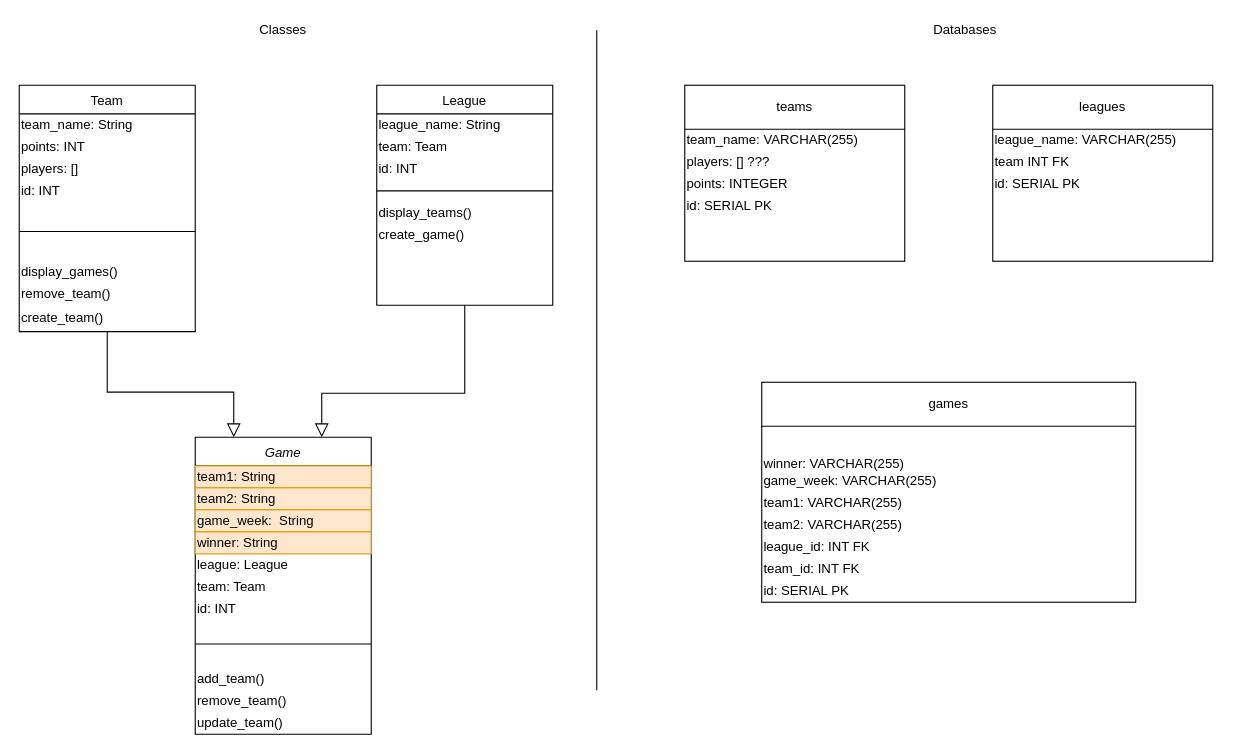
This is diagrams_and_templates/classes_databases_diagram.drawio from ckite82/solo_project_sports_score_app, a draw.io file, before an edit. Source tidied: cells renumbered, new cells numbered last; positions are measured from the earlier drawing's top-left corner, leaving out a move shared by most shapes. Both pictures are drawn from the tidied source at 110%, with x=0, y=0 at pixel (19, 19).
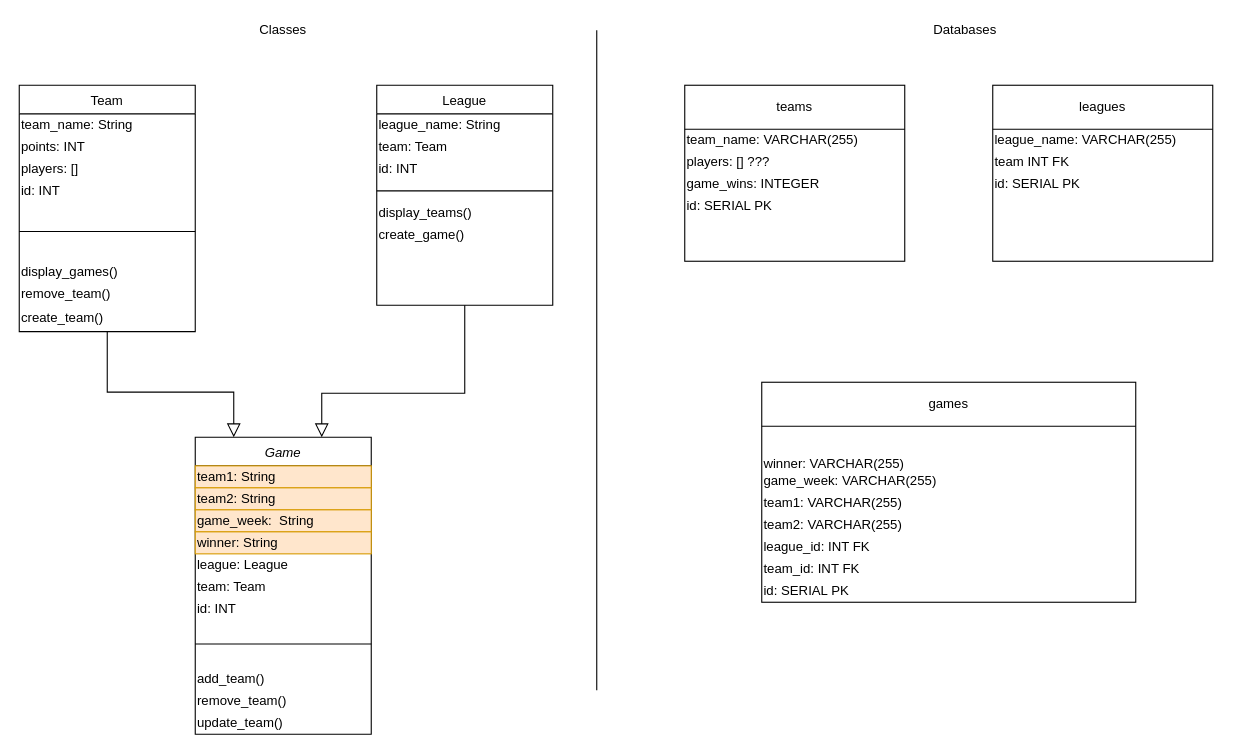
The same diagram, later.

The edit, as a diff of the source:
```diff
@@
-    <mxCell id="53" value="points: INTEGER" style="text;html=1;strokeColor=none;fillColor=none;align=left;verticalAlign=middle;whiteSpace=wrap;rounded=0;" parent="1" vertex="1">
+    <mxCell id="53" value="game_wins: INTEGER" style="text;html=1;strokeColor=none;fillColor=none;align=left;verticalAlign=middle;whiteSpace=wrap;rounded=0;" parent="1" vertex="1">
       <mxGeometry x="605" y="140" width="200" height="20" as="geometry" />
     </mxCell>
```
